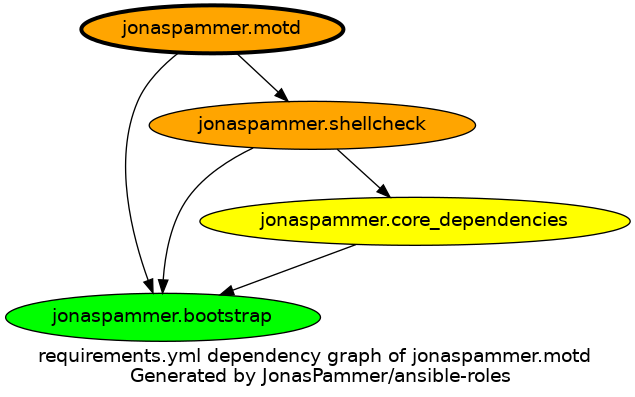
This is graphs/dependencies_motd.png from JonasPammer/ansible-roles, a Graphviz export, as it was before one commit. Its source is kept beside it as graphs/dependencies_motd.dot.
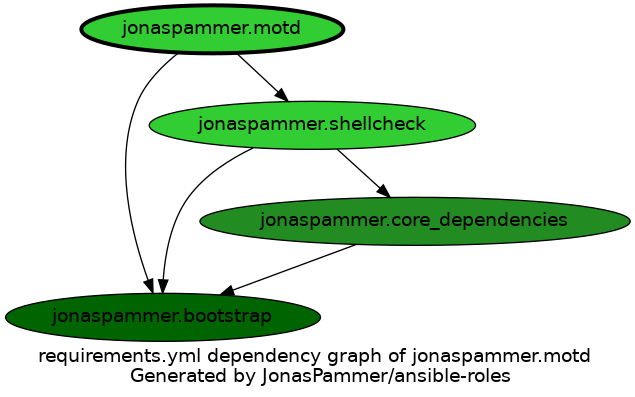
The same diagram one commit later.

Change to the diagram source:
```diff
@@ -3,10 +3,10 @@
   overlap=false
 
   {
-    "jonaspammer.motd" [fillcolor=orange style=filled penwidth=3]
-    "jonaspammer.bootstrap" [fillcolor=green style=filled ]
-    "jonaspammer.shellcheck" [fillcolor=orange style=filled ]
-    "jonaspammer.core_dependencies" [fillcolor=yellow style=filled ]
+    "jonaspammer.motd" [fillcolor=limegreen style=filled penwidth=3]
+    "jonaspammer.bootstrap" [fillcolor=darkgreen style=filled ]
+    "jonaspammer.shellcheck" [fillcolor=limegreen style=filled ]
+    "jonaspammer.core_dependencies" [fillcolor=forestgreen style=filled ]
   }
 
 
```
